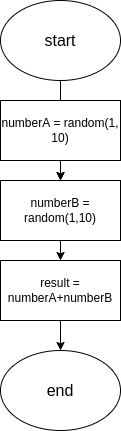
The draw.io diagram Lecture/L_01/Ex_005/diagram.drawio.png in FirLanPro/cSharp, before a commit. Source tidied: cells renumbered, new cells last; positions are measured from the earlier drawing's top-left corner, leaving out a move shared by most shapes.
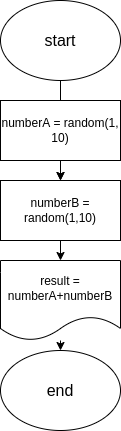
The same file after the commit.

What changed in the source:
```diff
@@ -31,8 +31,8 @@
     <mxCell id="10" style="edgeStyle=none;html=1;" parent="1" edge="1" source="11" target="5">
       <mxGeometry relative="1" as="geometry" />
     </mxCell>
-    <mxCell id="11" value="result = numberA+numberB" style="rounded=0;whiteSpace=wrap;html=1;" parent="1" vertex="1">
-      <mxGeometry y="260" width="120" height="60" as="geometry" />
+    <mxCell id="11" value="result = numberA+numberB" style="shape=document;whiteSpace=wrap;html=1;boundedLbl=1;" parent="1" vertex="1">
+      <mxGeometry y="260" width="120" height="80" as="geometry" />
     </mxCell>
   </root>
 </mxGraphModel>
```
